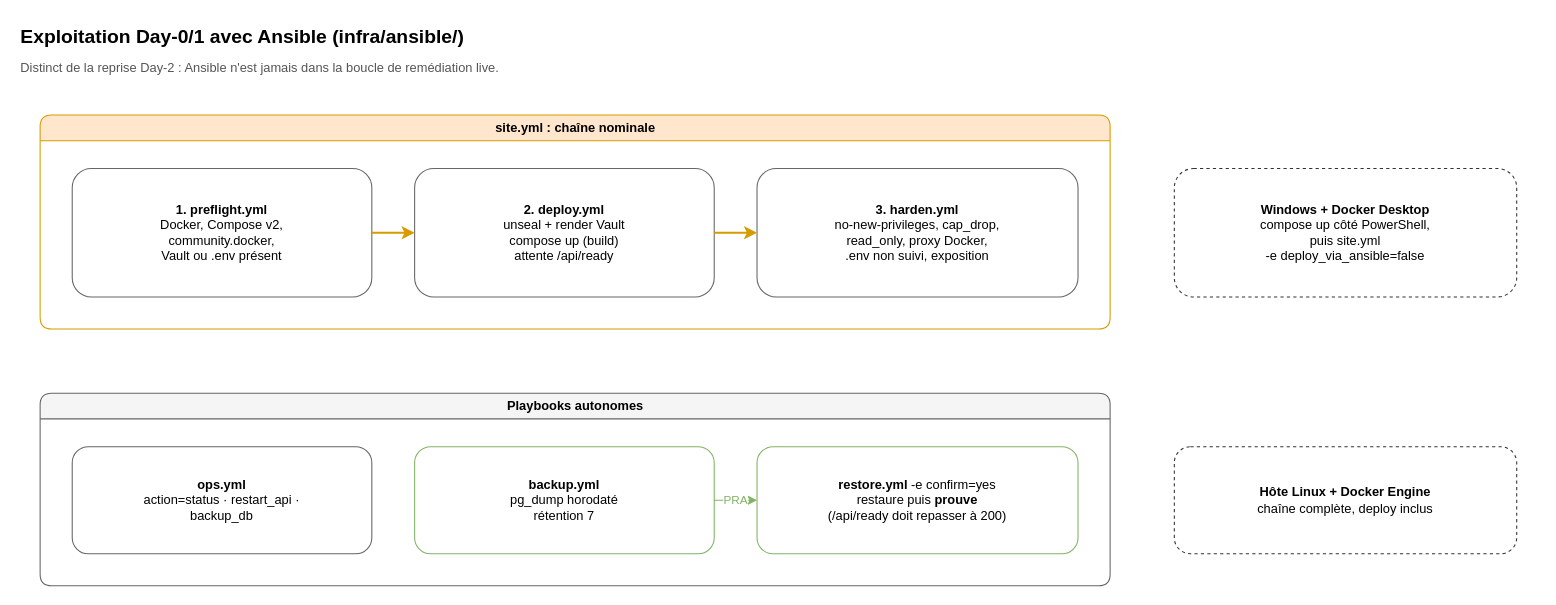
Rococo77/Workshop-26 keeps this draw.io diagram as page "Ansible" (2 of 3) of docs/diagrams/secrets-deploiement.drawio. Above is the earlier version. Source tidied: cells renumbered, new cells numbered last; positions are measured from the earlier drawing's top-left corner, leaving out a move shared by most shapes. Both pictures are drawn from the tidied source at 107%, with x=0, y=0 at pixel (18, 18).
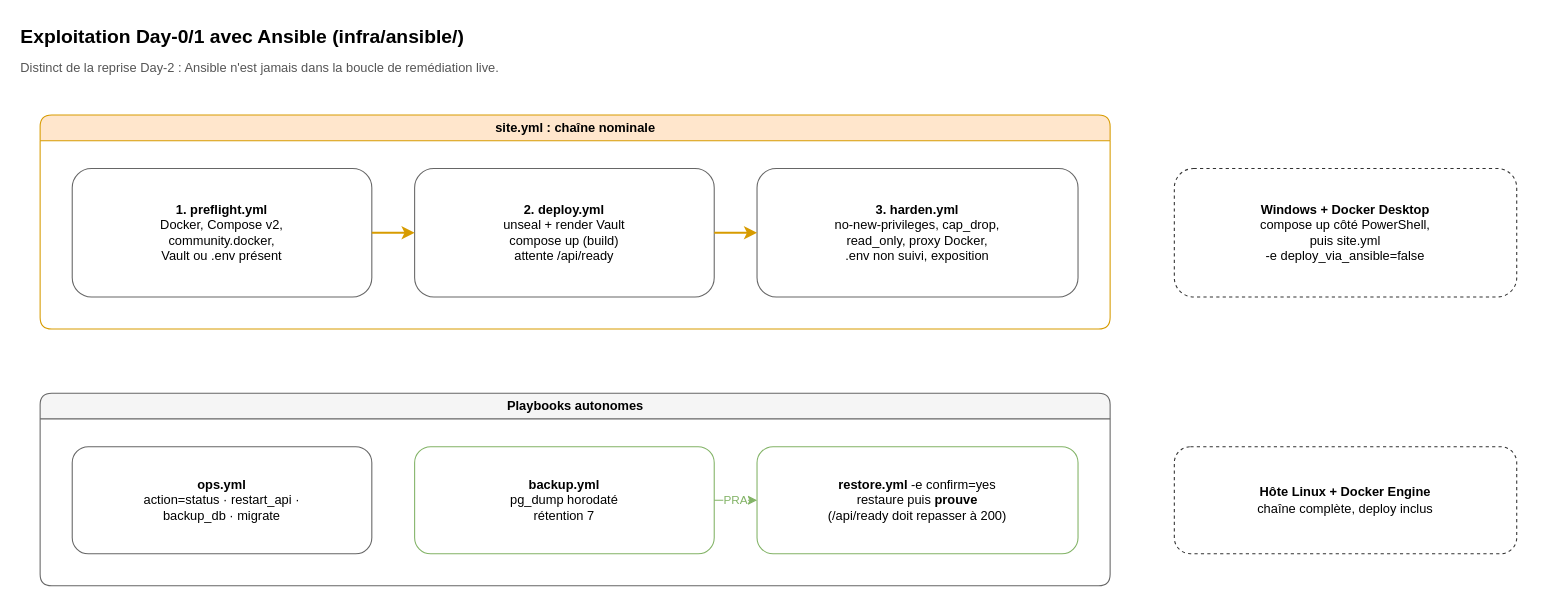
The same diagram, later.

Change to the diagram source:
```diff
@@
 <mxGraphModel>
   <root>
     <mxCell id="0" />
     <mxCell id="1" parent="0" />
     <mxCell id="2" value="&lt;b&gt;Exploitation Day-0/1 avec Ansible (infra/ansible/)&lt;/b&gt;" style="text;html=1;whiteSpace=wrap;align=left;verticalAlign=top;fontSize=18;" parent="1" vertex="1">
       <mxGeometry width="1420" height="30" as="geometry" />
     </mxCell>
     <mxCell id="3" value="Distinct de la reprise Day-2 : Ansible n'est jamais dans la boucle de remédiation live." style="text;html=1;whiteSpace=wrap;align=left;verticalAlign=top;fontSize=12;fontColor=#555555;" parent="1" vertex="1">
       <mxGeometry y="32" width="1420" height="24" as="geometry" />
     </mxCell>
     <mxCell id="4" value="site.yml : chaîne nominale" style="swimlane;startSize=24;html=1;rounded=1;fillColor=#ffe6cc;strokeColor=#d79b00;" parent="1" vertex="1">
       <mxGeometry x="20" y="90" width="1000" height="200" as="geometry" />
     </mxCell>
     <mxCell id="5" value="&lt;b&gt;1. preflight.yml&lt;/b&gt;&lt;br&gt;Docker, Compose v2,&lt;br&gt;community.docker,&lt;br&gt;Vault ou .env présent" style="rounded=1;whiteSpace=wrap;html=1;fillColor=#ffffff;strokeColor=#666666;" parent="1" vertex="1">
       <mxGeometry x="50" y="140" width="280" height="120" as="geometry" />
     </mxCell>
     <mxCell id="6" value="&lt;b&gt;2. deploy.yml&lt;/b&gt;&lt;br&gt;unseal + render Vault&lt;br&gt;compose up (build)&lt;br&gt;attente /api/ready" style="rounded=1;whiteSpace=wrap;html=1;fillColor=#ffffff;strokeColor=#666666;" parent="1" vertex="1">
       <mxGeometry x="370" y="140" width="280" height="120" as="geometry" />
     </mxCell>
     <mxCell id="7" value="&lt;b&gt;3. harden.yml&lt;/b&gt;&lt;br&gt;no-new-privileges, cap_drop,&lt;br&gt;read_only, proxy Docker,&lt;br&gt;.env non suivi, exposition" style="rounded=1;whiteSpace=wrap;html=1;fillColor=#ffffff;strokeColor=#666666;" parent="1" vertex="1">
       <mxGeometry x="690" y="140" width="300" height="120" as="geometry" />
     </mxCell>
     <mxCell id="8" style="edgeStyle=orthogonalEdgeStyle;rounded=1;html=1;labelBackgroundColor=default;fontSize=11;strokeColor=#d79b00;fontColor=#d79b00;strokeWidth=2;" parent="1" edge="1" source="5" target="6">
       <mxGeometry relative="1" as="geometry" />
     </mxCell>
     <mxCell id="9" style="edgeStyle=orthogonalEdgeStyle;rounded=1;html=1;labelBackgroundColor=default;fontSize=11;strokeColor=#d79b00;fontColor=#d79b00;strokeWidth=2;" parent="1" edge="1" source="6" target="7">
       <mxGeometry relative="1" as="geometry" />
     </mxCell>
     <mxCell id="10" value="Playbooks autonomes" style="swimlane;startSize=24;html=1;rounded=1;fillColor=#f5f5f5;strokeColor=#666666;" parent="1" vertex="1">
       <mxGeometry x="20" y="350" width="1000" height="180" as="geometry" />
     </mxCell>
-    <mxCell id="11" value="&lt;b&gt;ops.yml&lt;/b&gt;&lt;br&gt;action=status · restart_api ·&lt;br&gt;backup_db" style="rounded=1;whiteSpace=wrap;html=1;fillColor=#ffffff;strokeColor=#666666;" parent="1" vertex="1">
+    <mxCell id="11" value="&lt;b&gt;ops.yml&lt;/b&gt;&lt;br&gt;action=status · restart_api ·&lt;br&gt;backup_db · migrate" style="rounded=1;whiteSpace=wrap;html=1;fillColor=#ffffff;strokeColor=#666666;" parent="1" vertex="1">
       <mxGeometry x="50" y="400" width="280" height="100" as="geometry" />
     </mxCell>
     <mxCell id="12" value="&lt;b&gt;backup.yml&lt;/b&gt;&lt;br&gt;pg_dump horodaté&lt;br&gt;rétention 7" style="rounded=1;whiteSpace=wrap;html=1;fillColor=#ffffff;strokeColor=#82b366;" parent="1" vertex="1">
       <mxGeometry x="370" y="400" width="280" height="100" as="geometry" />
     </mxCell>
     <mxCell id="13" value="&lt;b&gt;restore.yml&lt;/b&gt; -e confirm=yes&lt;br&gt;restaure puis &lt;b&gt;prouve&lt;/b&gt;&lt;br&gt;(/api/ready doit repasser à 200)" style="rounded=1;whiteSpace=wrap;html=1;fillColor=#ffffff;strokeColor=#82b366;" parent="1" vertex="1">
       <mxGeometry x="690" y="400" width="300" height="100" as="geometry" />
     </mxCell>
     <mxCell id="14" value="PRA" style="edgeStyle=orthogonalEdgeStyle;rounded=1;html=1;labelBackgroundColor=default;fontSize=11;strokeColor=#82b366;fontColor=#82b366;strokeWidth=1;" parent="1" edge="1" source="12" target="13">
       <mxGeometry relative="1" as="geometry" />
     </mxCell>
     <mxCell id="15" value="&lt;b&gt;Windows + Docker Desktop&lt;/b&gt;&lt;br&gt;compose up côté PowerShell,&lt;br&gt;puis site.yml&lt;br&gt;-e deploy_via_ansible=false" style="rounded=1;whiteSpace=wrap;html=1;fillColor=#ffffff;strokeColor=#333333;dashed=1;" parent="1" vertex="1">
       <mxGeometry x="1080" y="140" width="320" height="120" as="geometry" />
     </mxCell>
     <mxCell id="16" value="&lt;b&gt;Hôte Linux + Docker Engine&lt;/b&gt;&lt;br&gt;chaîne complète, deploy inclus" style="rounded=1;whiteSpace=wrap;html=1;fillColor=#ffffff;strokeColor=#333333;dashed=1;" parent="1" vertex="1">
       <mxGeometry x="1080" y="400" width="320" height="100" as="geometry" />
     </mxCell>
   </root>
 </mxGraphModel>
```
